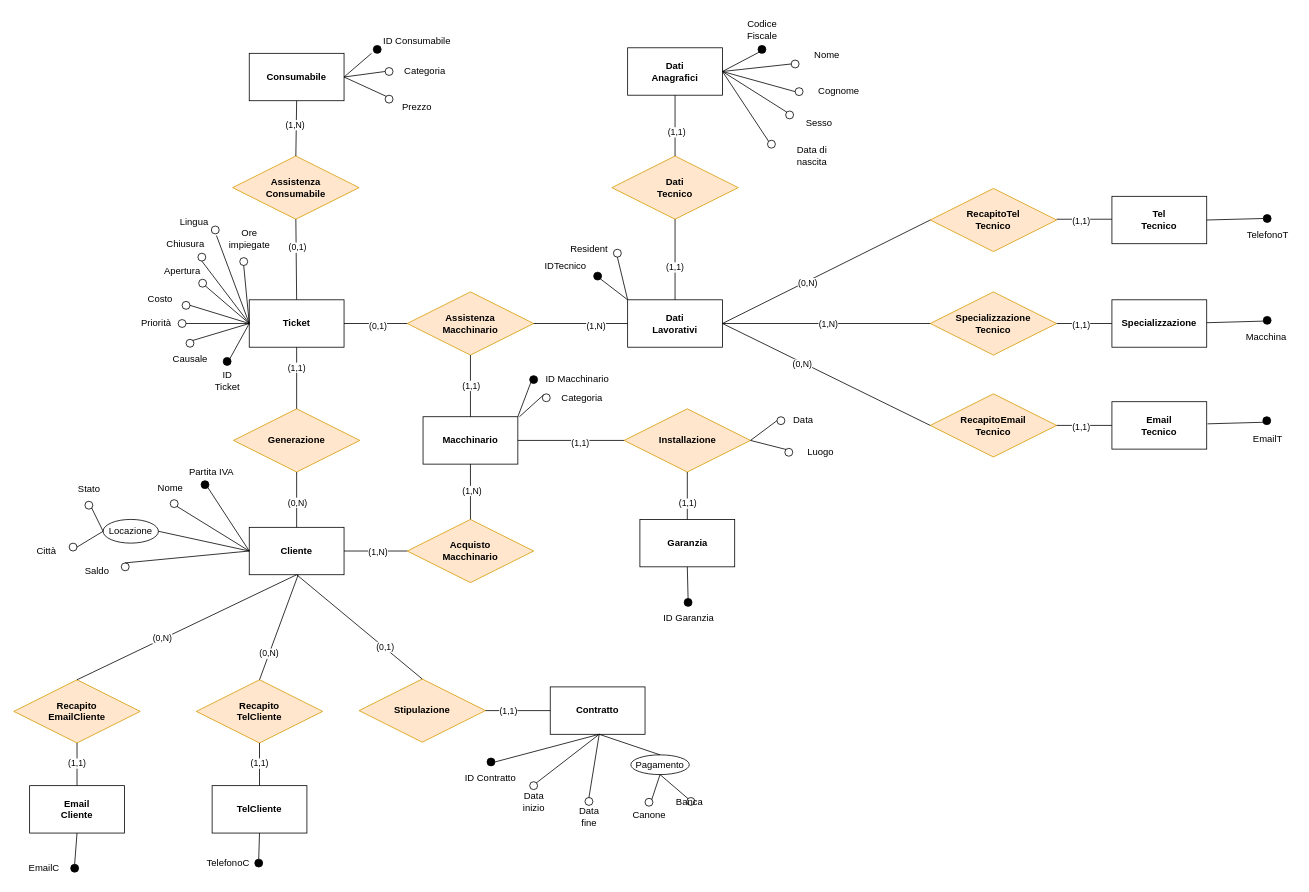
The draw.io diagram Diagrammi/er finale logica.drawio in fedeStaffo/Progetto_Basi_di_dati, before the edit. Source tidied: cells renumbered, new cells numbered last; positions are measured from the earlier drawing's top-left corner, leaving out a move shared by most shapes. Both pictures are drawn from the tidied source at 79%, with x=0, y=0 at pixel (13, 13).
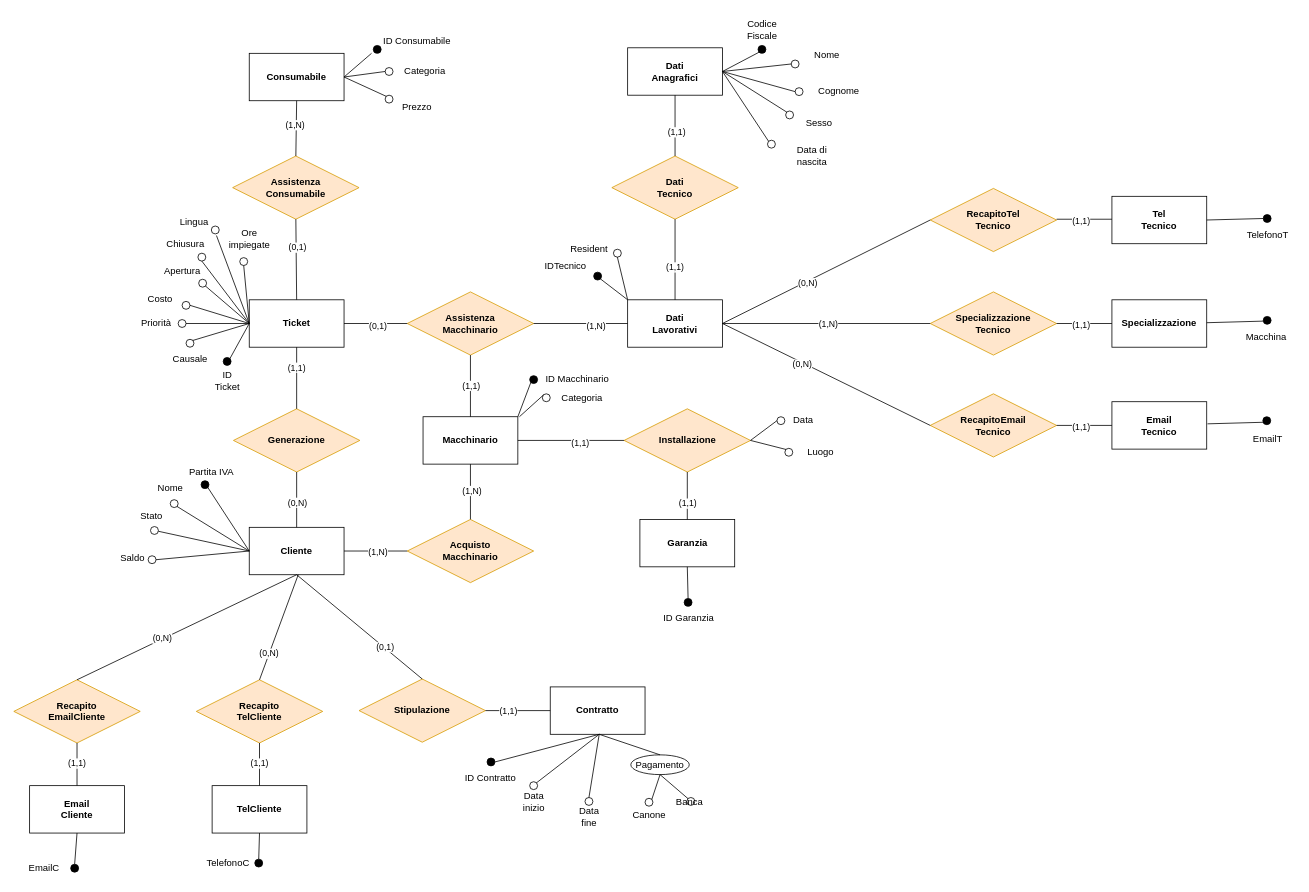
The same diagram, later.

Commit message (it also covers changes not shown here):
eliminato attributo città

Unchanged cells that the change refers to:
```xml
<mxCell id="2" value="&lt;b&gt;Cliente&lt;/b&gt;" style="rounded=0;whiteSpace=wrap;html=1;" parent="1" vertex="1">
  <mxGeometry x="298" y="650" width="120" height="60" as="geometry" />
</mxCell>
```

What changed in the source:
```diff
@@
     <mxCell id="23" style="ellipse;whiteSpace=wrap;html=1;" parent="1" vertex="1">
-      <mxGeometry x="90" y="617" width="10" height="10" as="geometry" />
+      <mxGeometry x="173" y="649" width="10" height="10" as="geometry" />
     </mxCell>
     <mxCell id="24" style="ellipse;whiteSpace=wrap;html=1;" parent="1" vertex="1">
-      <mxGeometry x="136" y="695" width="10" height="10" as="geometry" />
+      <mxGeometry x="170" y="686" width="10" height="10" as="geometry" />
     </mxCell>
-    <mxCell id="25" value="Locazione" style="ellipse;whiteSpace=wrap;html=1;fillColor=#FFFFFF;" parent="1" vertex="1">
-      <mxGeometry x="113" y="640" width="70" height="30" as="geometry" />
-    </mxCell>
     <mxCell id="26" value="Stato" style="text;html=1;align=center;verticalAlign=middle;strokeColor=none;fillColor=none;" parent="1" vertex="1">
-      <mxGeometry x="70" y="587" width="50" height="30" as="geometry" />
+      <mxGeometry x="149" y="621" width="50" height="30" as="geometry" />
     </mxCell>
-    <mxCell id="27" style="ellipse;whiteSpace=wrap;html=1;" parent="1" vertex="1">
-      <mxGeometry x="70" y="670" width="10" height="10" as="geometry" />
-    </mxCell>
     <mxCell id="28" value="Saldo" style="text;html=1;align=center;verticalAlign=middle;strokeColor=none;fillColor=none;" parent="1" vertex="1">
-      <mxGeometry x="80" y="690" width="50" height="30" as="geometry" />
+      <mxGeometry x="125" y="674" width="50" height="30" as="geometry" />
     </mxCell>
@@
-    <mxCell id="30" style="endArrow=none;html=1;rounded=0;entryX=0;entryY=0.5;entryDx=0;entryDy=0;exitX=1;exitY=0.5;exitDx=0;exitDy=0;" parent="1" edge="1" source="25" target="2">
-      <mxGeometry relative="1" as="geometry" />
+    <mxCell id="30" style="endArrow=none;html=1;rounded=0;entryX=0;entryY=0.5;entryDx=0;entryDy=0;exitX=1;exitY=0.5;exitDx=0;exitDy=0;" parent="1" edge="1" target="2">
+      <mxGeometry relative="1" as="geometry">
+        <mxPoint x="183" y="655" as="sourcePoint" />
+      </mxGeometry>
     </mxCell>
@@
-    <mxCell id="33" style="endArrow=none;html=1;rounded=0;entryX=0.5;entryY=0;entryDx=0;entryDy=0;exitX=0;exitY=0.5;exitDx=0;exitDy=0;" parent="1" edge="1" source="2" target="24">
+    <mxCell id="33" style="endArrow=none;html=1;rounded=0;entryX=1;entryY=0.5;entryDx=0;entryDy=0;exitX=0;exitY=0.5;exitDx=0;exitDy=0;" parent="1" edge="1" source="2" target="24">
       <mxGeometry relative="1" as="geometry" />
     </mxCell>
-    <mxCell id="34" style="endArrow=none;html=1;rounded=0;entryX=1;entryY=1;entryDx=0;entryDy=0;exitX=0;exitY=0.5;exitDx=0;exitDy=0;" parent="1" edge="1" source="25" target="23">
-      <mxGeometry relative="1" as="geometry" />
-    </mxCell>
-    <mxCell id="35" style="endArrow=none;html=1;rounded=0;entryX=1;entryY=0.5;entryDx=0;entryDy=0;exitX=0;exitY=0.5;exitDx=0;exitDy=0;" parent="1" edge="1" source="25" target="27">
-      <mxGeometry relative="1" as="geometry" />
-    </mxCell>
@@
-    <mxCell id="134" value="Città" style="text;html=1;align=center;verticalAlign=middle;strokeColor=none;fillColor=none;" parent="1" vertex="1">
-      <mxGeometry x="16" y="665" width="50" height="30" as="geometry" />
-    </mxCell>
```
